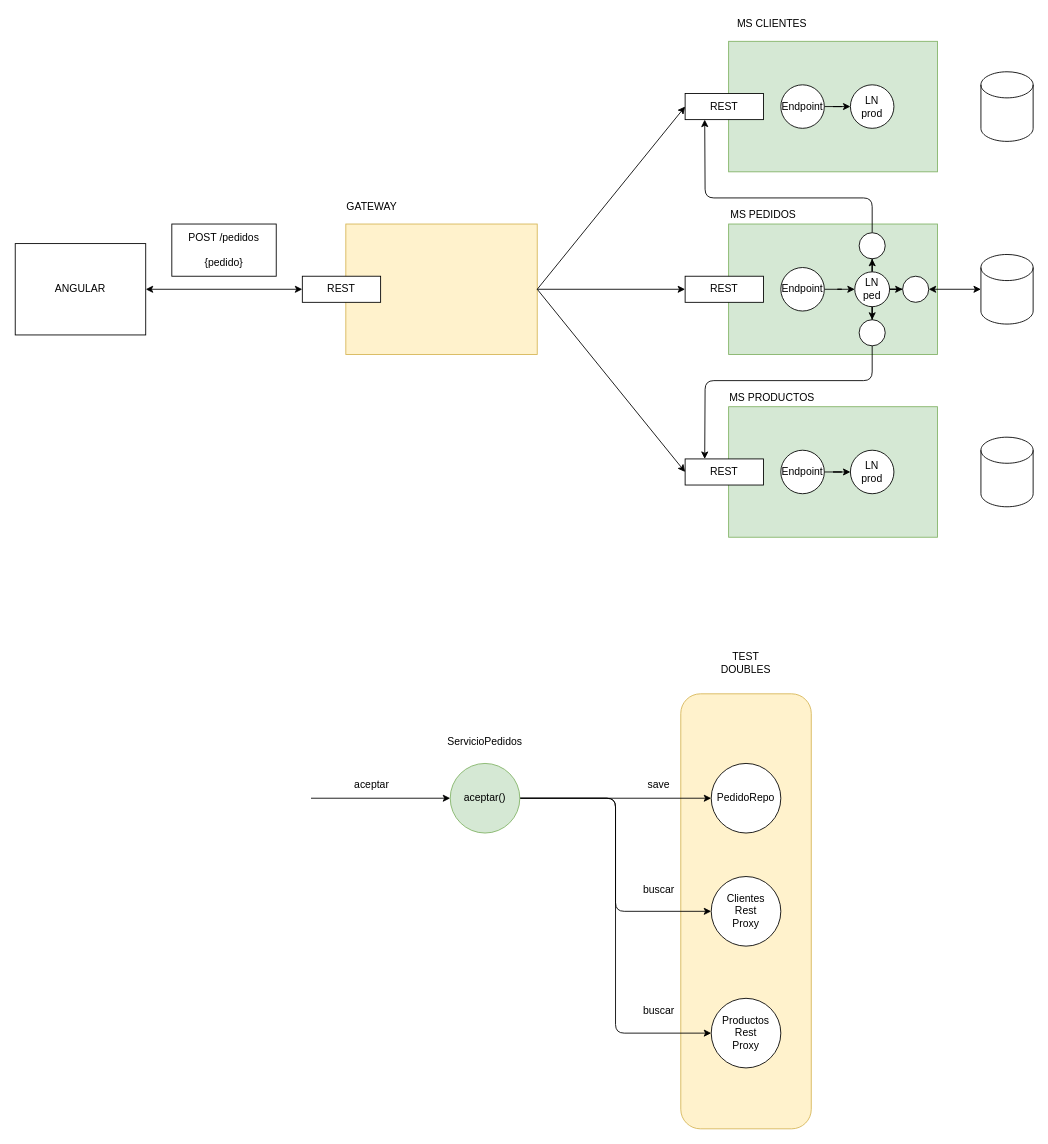
lrag/TDD keeps this draw.io diagram as page "Página-2" (9 of 12) of tdd.drawio. Above is the earlier version. Source tidied: cells renumbered, new cells numbered last; positions are measured from the earlier drawing's top-left corner, leaving out a move shared by most shapes. Both pictures are drawn from the tidied source at 87%, with x=0, y=0 at pixel (15, 15).
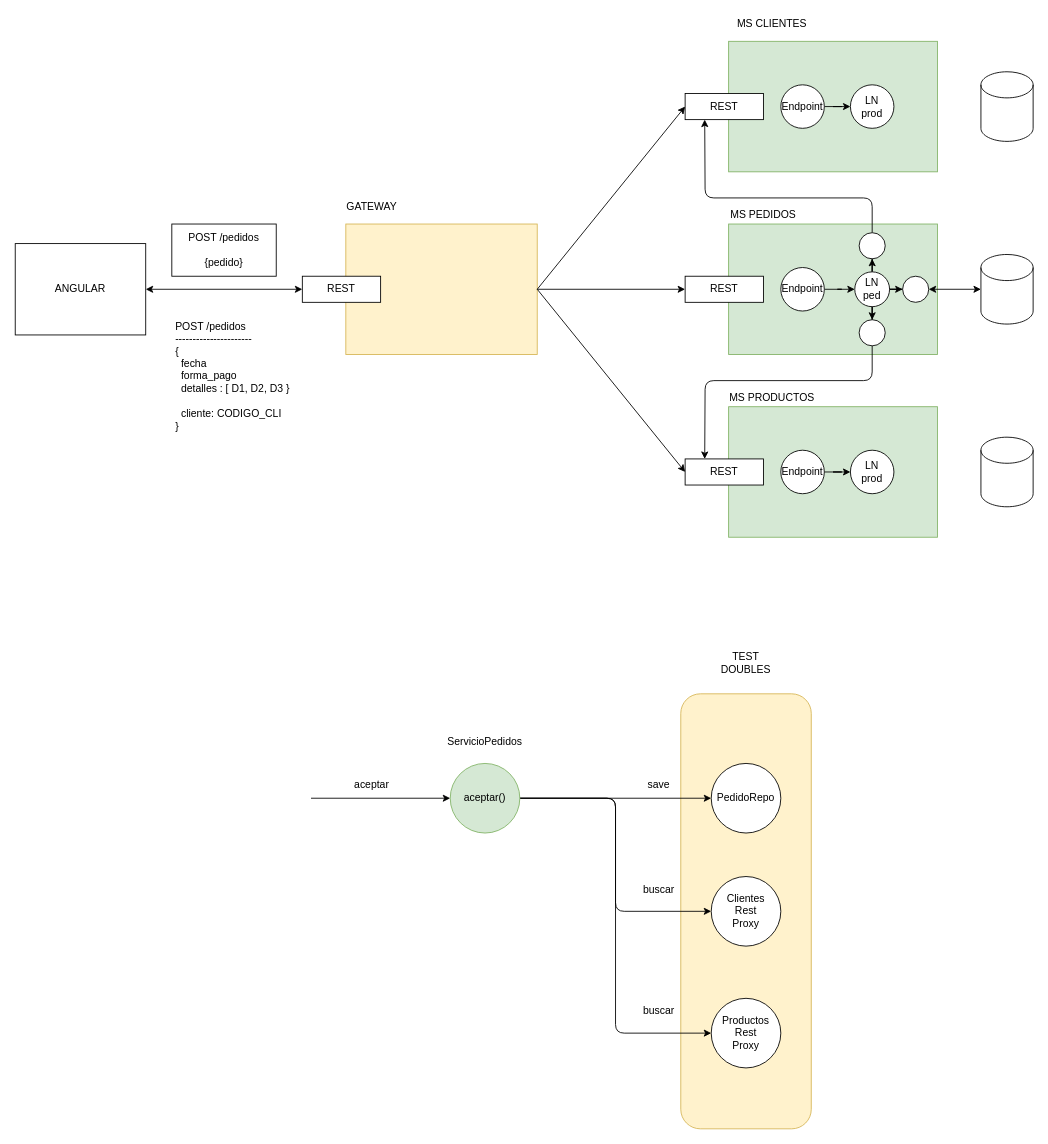
The same page after the edit.

Change to the diagram source:
```diff
@@
+    <mxCell id="57" value="&lt;div style=&quot;text-align: left&quot;&gt;&lt;span&gt;POST /pedidos&lt;/span&gt;&lt;/div&gt;&lt;div style=&quot;text-align: left&quot;&gt;&lt;span&gt;----------------------&lt;/span&gt;&lt;/div&gt;&lt;div style=&quot;text-align: left&quot;&gt;&lt;span&gt;{&lt;/span&gt;&lt;/div&gt;&lt;div style=&quot;text-align: left&quot;&gt;&lt;span&gt;&amp;nbsp; fecha&lt;/span&gt;&lt;/div&gt;&lt;div style=&quot;text-align: left&quot;&gt;&lt;span&gt;&amp;nbsp; forma_pago&lt;/span&gt;&lt;/div&gt;&lt;div style=&quot;text-align: left&quot;&gt;&lt;span&gt;&amp;nbsp; detalles : [ D1, D2, D3 }&lt;/span&gt;&lt;/div&gt;&lt;div style=&quot;text-align: left&quot;&gt;&amp;nbsp;&amp;nbsp;&lt;/div&gt;&lt;div style=&quot;text-align: left&quot;&gt;&amp;nbsp; cliente: CODIGO_CLI&lt;/div&gt;&lt;div style=&quot;text-align: left&quot;&gt;}&lt;/div&gt;" style="text;html=1;strokeColor=none;fillColor=none;align=center;verticalAlign=middle;whiteSpace=wrap;rounded=0;" parent="1" vertex="1">
+      <mxGeometry x="170" y="350" width="160" height="130" as="geometry" />
+    </mxCell>
```
